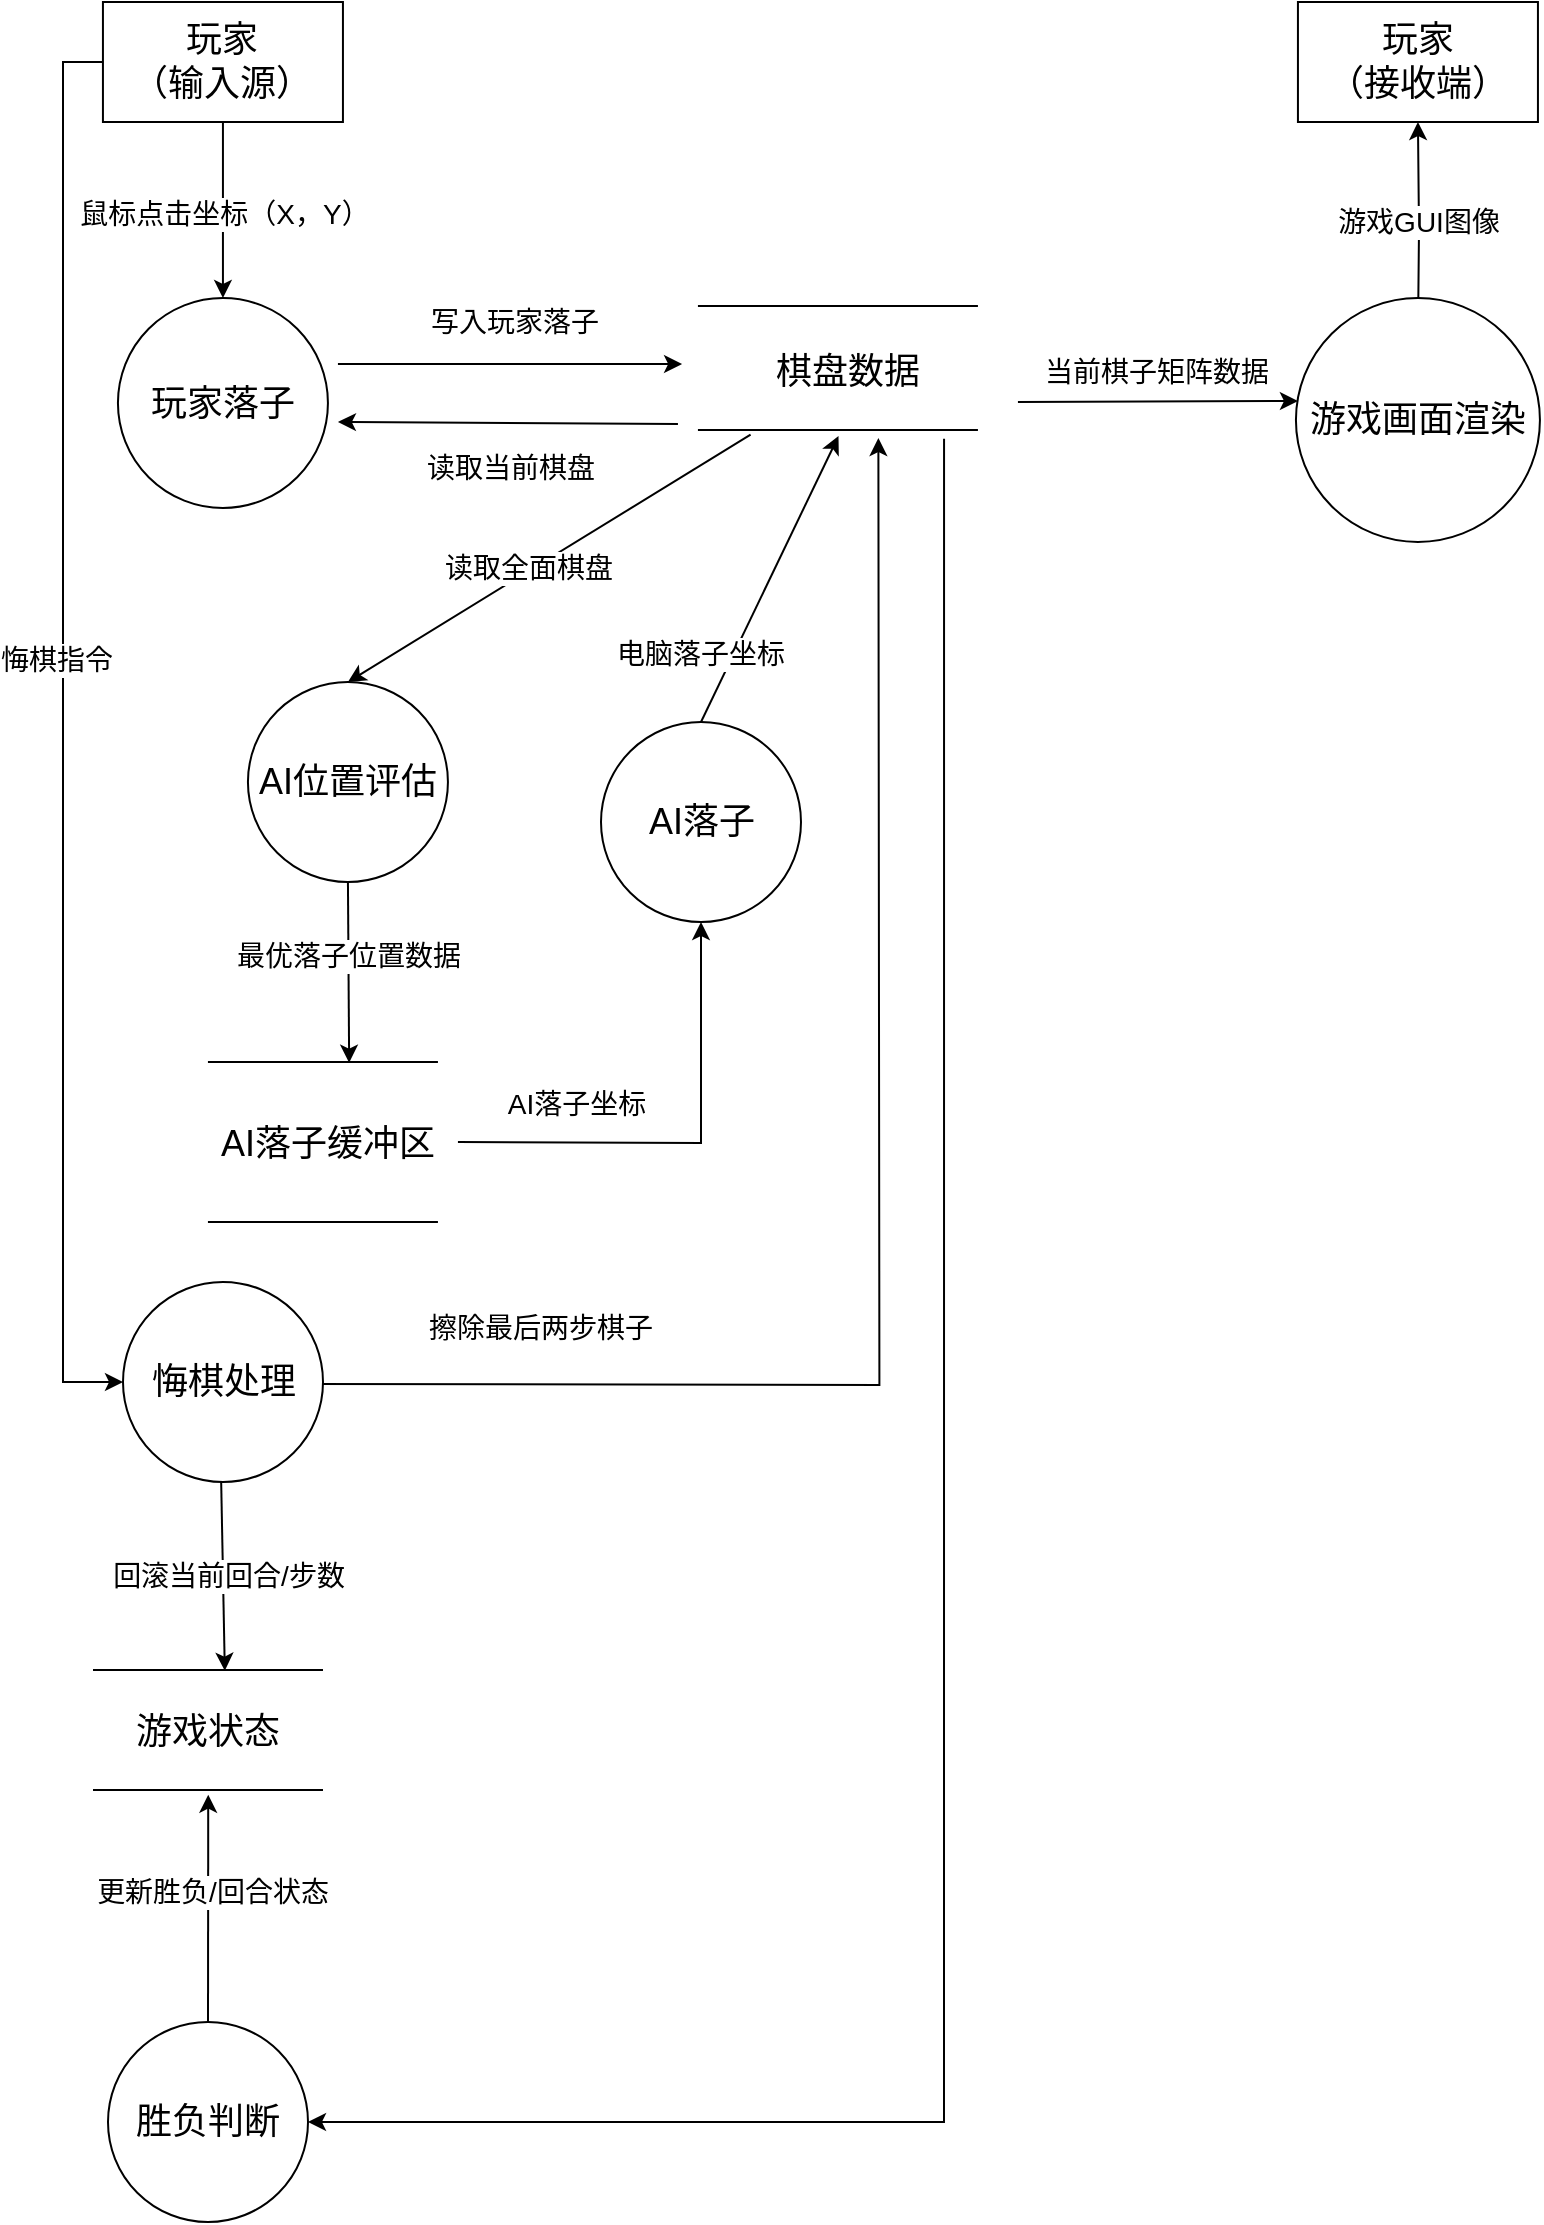
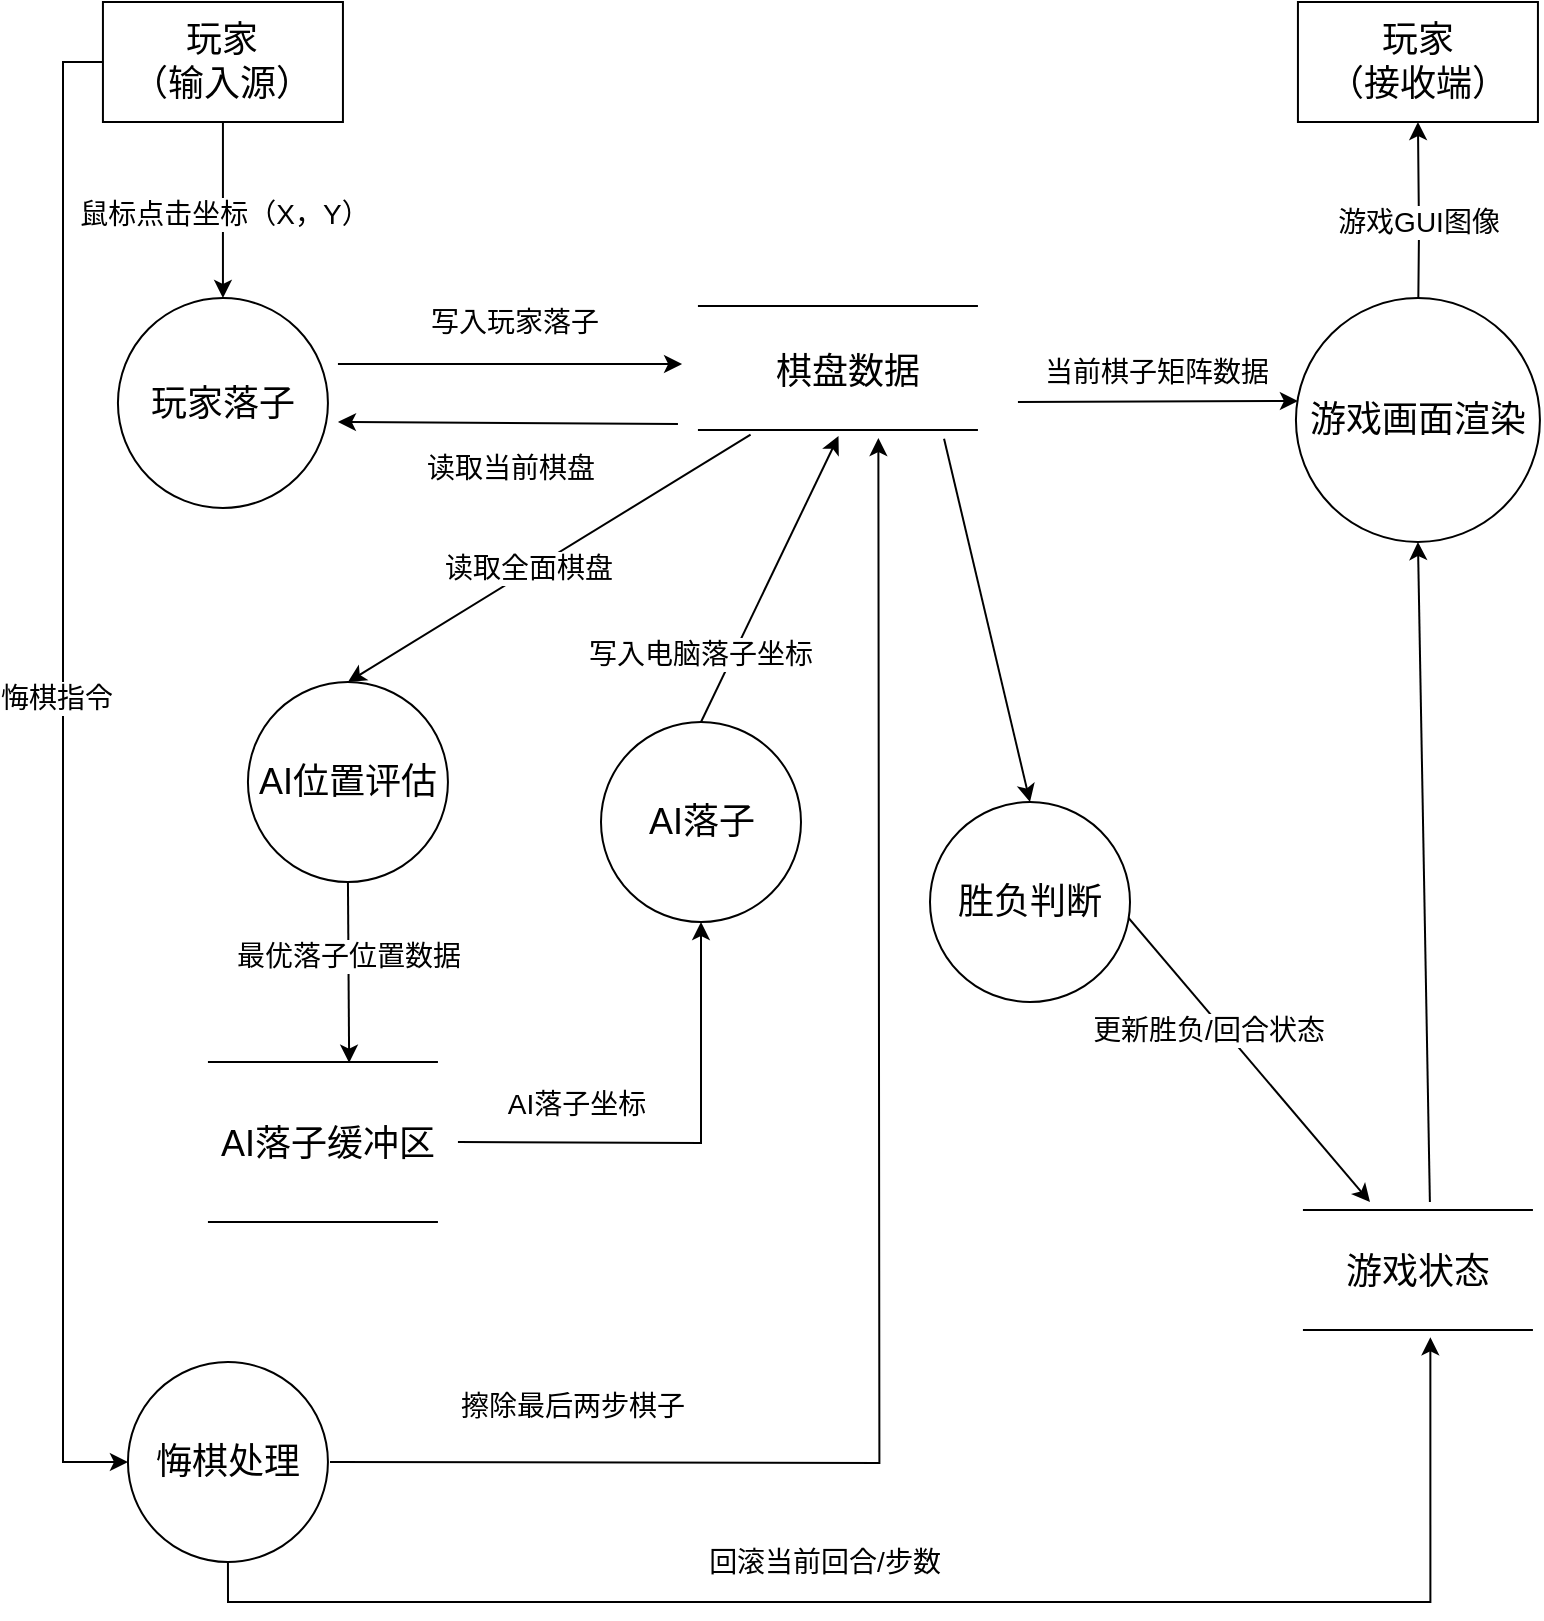
<mxfile host="app.diagrams.net">
  <diagram name="Page-1" id="hryGj0KzSXnJhMcqTr9-">
    <mxGraphModel dx="1201" dy="825" grid="1" gridSize="10" guides="1" tooltips="1" connect="1" arrows="1" fold="1" page="1" pageScale="1" pageWidth="827" pageHeight="1169" math="0" shadow="0">
      <root>
        <mxCell id="0" />
        <mxCell id="1" parent="0" />
        <mxCell id="fDHwApNMCYBN-XmplwMt-11" edge="1" parent="1" source="fDHwApNMCYBN-XmplwMt-3" style="edgeStyle=orthogonalEdgeStyle;rounded=0;orthogonalLoop=1;jettySize=auto;html=1;exitX=0.5;exitY=1;exitDx=0;exitDy=0;entryX=0.5;entryY=0;entryDx=0;entryDy=0;" target="SoA14i47H3jGXmkj97EN-22">
          <mxGeometry relative="1" as="geometry">
            <mxPoint x="93.97" y="200" as="targetPoint" />
          </mxGeometry>
        </mxCell>
        <mxCell id="fDHwApNMCYBN-XmplwMt-12" connectable="0" parent="fDHwApNMCYBN-XmplwMt-11" style="edgeLabel;html=1;align=center;verticalAlign=middle;resizable=0;points=[];" value="&lt;font style=&quot;font-size: 14px;&quot;&gt;鼠标点击坐标（X，Y）&lt;/font&gt;" vertex="1">
          <mxGeometry relative="1" x="0.0364" as="geometry">
            <mxPoint as="offset" />
          </mxGeometry>
        </mxCell>
        <mxCell id="SoA14i47H3jGXmkj97EN-53" edge="1" parent="1" source="fDHwApNMCYBN-XmplwMt-3" style="edgeStyle=orthogonalEdgeStyle;rounded=0;orthogonalLoop=1;jettySize=auto;html=1;exitX=0;exitY=0.5;exitDx=0;exitDy=0;entryX=0;entryY=0.5;entryDx=0;entryDy=0;" target="SoA14i47H3jGXmkj97EN-41">
          <mxGeometry relative="1" as="geometry" />
        </mxCell>
        <mxCell id="SoA14i47H3jGXmkj97EN-54" connectable="0" parent="SoA14i47H3jGXmkj97EN-53" style="edgeLabel;html=1;align=center;verticalAlign=middle;resizable=0;points=[];" value="&lt;font style=&quot;font-size: 14px;&quot;&gt;悔棋指令&lt;/font&gt;" vertex="1">
          <mxGeometry relative="1" x="-0.1018" y="-4" as="geometry">
            <mxPoint as="offset" />
          </mxGeometry>
        </mxCell>
        <mxCell id="fDHwApNMCYBN-XmplwMt-3" parent="1" style="rounded=0;whiteSpace=wrap;html=1;" value="&lt;font style=&quot;font-size: 18px;&quot;&gt;玩家&lt;/font&gt;&lt;div&gt;&lt;font style=&quot;font-size: 18px;&quot;&gt;（输入源）&lt;/font&gt;&lt;/div&gt;" vertex="1">
          <mxGeometry height="60" width="120" x="66.47" y="30" as="geometry" />
        </mxCell>
        <mxCell id="SoA14i47H3jGXmkj97EN-37" edge="1" parent="1" style="edgeStyle=orthogonalEdgeStyle;rounded=0;orthogonalLoop=1;jettySize=auto;html=1;exitX=0.5;exitY=0;exitDx=0;exitDy=0;entryX=0.5;entryY=1;entryDx=0;entryDy=0;" target="fDHwApNMCYBN-XmplwMt-10">
          <mxGeometry relative="1" as="geometry">
            <mxPoint x="723.97" y="198" as="sourcePoint" />
          </mxGeometry>
        </mxCell>
        <mxCell id="SoA14i47H3jGXmkj97EN-38" connectable="0" parent="SoA14i47H3jGXmkj97EN-37" style="edgeLabel;html=1;align=center;verticalAlign=middle;resizable=0;points=[];" value="&lt;font style=&quot;font-size: 14px;&quot;&gt;游戏GUI图像&lt;/font&gt;" vertex="1">
          <mxGeometry relative="1" x="0.0741" as="geometry">
            <mxPoint as="offset" />
          </mxGeometry>
        </mxCell>
        <mxCell id="fDHwApNMCYBN-XmplwMt-10" parent="1" style="rounded=0;whiteSpace=wrap;html=1;" value="&lt;span style=&quot;font-size: 18px;&quot;&gt;玩家&lt;/span&gt;&lt;div&gt;&lt;span style=&quot;font-size: 18px;&quot;&gt;（接收端）&lt;/span&gt;&lt;/div&gt;" vertex="1">
          <mxGeometry height="60" width="120" x="663.97" y="30" as="geometry" />
        </mxCell>
        <mxCell id="SoA14i47H3jGXmkj97EN-10" edge="1" parent="1" style="endArrow=classic;html=1;rounded=0;entryX=0.013;entryY=0.14;entryDx=0;entryDy=0;entryPerimeter=0;" value="">
          <mxGeometry height="50" relative="1" width="50" as="geometry">
            <mxPoint x="183.97" y="211" as="sourcePoint" />
            <mxPoint x="356.037" y="211" as="targetPoint" />
          </mxGeometry>
        </mxCell>
        <mxCell id="SoA14i47H3jGXmkj97EN-11" connectable="0" parent="SoA14i47H3jGXmkj97EN-10" style="edgeLabel;html=1;align=center;verticalAlign=middle;resizable=0;points=[];" value="&lt;font style=&quot;font-size: 14px;&quot;&gt;写入玩家落子&lt;/font&gt;" vertex="1">
          <mxGeometry relative="1" x="0.0202" y="1" as="geometry">
            <mxPoint y="-20" as="offset" />
          </mxGeometry>
        </mxCell>
        <mxCell id="SoA14i47H3jGXmkj97EN-12" edge="1" parent="1" style="endArrow=classic;html=1;rounded=0;exitX=0.925;exitY=0;exitDx=0;exitDy=0;exitPerimeter=0;" value="">
          <mxGeometry height="50" relative="1" width="50" as="geometry">
            <mxPoint x="353.96999999999997" y="241" as="sourcePoint" />
            <mxPoint x="183.97" y="240" as="targetPoint" />
          </mxGeometry>
        </mxCell>
        <mxCell id="SoA14i47H3jGXmkj97EN-13" connectable="0" parent="SoA14i47H3jGXmkj97EN-12" style="edgeLabel;html=1;align=center;verticalAlign=middle;resizable=0;points=[];" value="&lt;font style=&quot;font-size: 14px;&quot;&gt;读取当前棋盘&lt;/font&gt;&lt;div&gt;&lt;font style=&quot;font-size: 14px;&quot;&gt;&lt;br&gt;&lt;/font&gt;&lt;/div&gt;" vertex="1">
          <mxGeometry relative="1" x="0.0202" y="1" as="geometry">
            <mxPoint x="2" y="29" as="offset" />
          </mxGeometry>
        </mxCell>
        <mxCell id="SoA14i47H3jGXmkj97EN-14" edge="1" parent="1" source="SoA14i47H3jGXmkj97EN-28" style="endArrow=classic;html=1;rounded=0;exitX=0.188;exitY=0.792;exitDx=0;exitDy=0;exitPerimeter=0;entryX=0.5;entryY=0;entryDx=0;entryDy=0;" target="SoA14i47H3jGXmkj97EN-23" value="">
          <mxGeometry height="50" relative="1" width="50" as="geometry">
            <mxPoint x="368.3400000000001" y="258.00399999999996" as="sourcePoint" />
            <mxPoint x="178.5" y="370" as="targetPoint" />
          </mxGeometry>
        </mxCell>
        <mxCell id="SoA14i47H3jGXmkj97EN-15" connectable="0" parent="SoA14i47H3jGXmkj97EN-14" style="edgeLabel;html=1;align=center;verticalAlign=middle;resizable=0;points=[];" value="&lt;font style=&quot;font-size: 14px;&quot;&gt;读取全面棋盘&lt;/font&gt;" vertex="1">
          <mxGeometry relative="1" x="-0.1782" as="geometry">
            <mxPoint x="-29" y="16" as="offset" />
          </mxGeometry>
        </mxCell>
        <mxCell id="SoA14i47H3jGXmkj97EN-16" edge="1" parent="1" style="endArrow=classic;html=1;rounded=0;entryX=0.013;entryY=0.14;entryDx=0;entryDy=0;entryPerimeter=0;" value="">
          <mxGeometry height="50" relative="1" width="50" as="geometry">
            <mxPoint x="523.97" y="230" as="sourcePoint" />
            <mxPoint x="663.9670000000001" y="229.5" as="targetPoint" />
          </mxGeometry>
        </mxCell>
        <mxCell id="SoA14i47H3jGXmkj97EN-17" connectable="0" parent="SoA14i47H3jGXmkj97EN-16" style="edgeLabel;html=1;align=center;verticalAlign=middle;resizable=0;points=[];" value="&lt;span style=&quot;font-size: 14px;&quot;&gt;当前棋子矩阵数据&lt;/span&gt;" vertex="1">
          <mxGeometry relative="1" x="0.0202" y="1" as="geometry">
            <mxPoint x="-3" y="-14" as="offset" />
          </mxGeometry>
        </mxCell>
        <mxCell id="SoA14i47H3jGXmkj97EN-22" parent="1" style="ellipse;whiteSpace=wrap;html=1;aspect=fixed;" value="&lt;font style=&quot;font-size: 18px;&quot;&gt;玩家落子&lt;/font&gt;" vertex="1">
          <mxGeometry height="105" width="105" x="73.97" y="178" as="geometry" />
        </mxCell>
        <mxCell id="SoA14i47H3jGXmkj97EN-23" parent="1" style="ellipse;whiteSpace=wrap;html=1;aspect=fixed;" value="&lt;font style=&quot;font-size: 18px;&quot;&gt;AI位置评估&lt;/font&gt;" vertex="1">
          <mxGeometry height="100" width="100" x="138.97" y="370" as="geometry" />
        </mxCell>
        <mxCell id="SoA14i47H3jGXmkj97EN-24" parent="1" style="ellipse;whiteSpace=wrap;html=1;aspect=fixed;" value="&lt;font style=&quot;font-size: 18px;&quot;&gt;AI落子&lt;/font&gt;" vertex="1">
          <mxGeometry height="100" width="100" x="315.5" y="390" as="geometry" />
        </mxCell>
-         <mxCell id="SoA14i47H3jGXmkj97EN-60" edge="1" parent="1" source="SoA14i47H3jGXmkj97EN-25" style="rounded=0;orthogonalLoop=1;jettySize=auto;html=1;exitX=0.5;exitY=0;exitDx=0;exitDy=0;entryX=0.501;entryY=0.792;entryDx=0;entryDy=0;entryPerimeter=0;" target="SoA14i47H3jGXmkj97EN-50">
-           <mxGeometry relative="1" as="geometry">
-             <mxPoint x="501.5" y="930" as="targetPoint" />
+         <mxCell id="SoA14i47H3jGXmkj97EN-60" edge="1" parent="1" source="SoA14i47H3jGXmkj97EN-25" style="rounded=0;orthogonalLoop=1;jettySize=auto;html=1;exitX=0.5;exitY=0;exitDx=0;exitDy=0;">
+           <mxGeometry relative="1" as="geometry">
+             <mxPoint x="700" y="630" as="targetPoint" />
          </mxGeometry>
        </mxCell>
        <mxCell id="SoA14i47H3jGXmkj97EN-61" connectable="0" parent="SoA14i47H3jGXmkj97EN-60" style="edgeLabel;html=1;align=center;verticalAlign=middle;resizable=0;points=[];" value="&lt;font style=&quot;font-size: 14px;&quot;&gt;更新胜负/回合状态&lt;/font&gt;" vertex="1">
          <mxGeometry relative="1" x="-0.1486" y="-2" as="geometry">
-             <mxPoint y="-17" as="offset" />
+             <mxPoint x="18" y="27" as="offset" />
          </mxGeometry>
        </mxCell>
        <mxCell id="SoA14i47H3jGXmkj97EN-25" parent="1" style="ellipse;whiteSpace=wrap;html=1;aspect=fixed;" value="&lt;font style=&quot;font-size: 18px;&quot;&gt;胜负判断&lt;/font&gt;" vertex="1">
-           <mxGeometry height="100" width="100" x="68.99999999999994" y="1040" as="geometry" />
+           <mxGeometry height="100" width="100" x="479.99999999999994" y="430" as="geometry" />
        </mxCell>
        <mxCell id="SoA14i47H3jGXmkj97EN-27" parent="1" style="line;strokeWidth=1;fillColor=none;align=left;verticalAlign=middle;spacingTop=-1;spacingLeft=3;spacingRight=3;rotatable=0;labelPosition=right;points=[];portConstraint=eastwest;strokeColor=inherit;" value="" vertex="1">
          <mxGeometry height="8" width="140" x="363.96999999999997" y="178" as="geometry" />
        </mxCell>
        <mxCell id="SoA14i47H3jGXmkj97EN-28" parent="1" style="line;strokeWidth=1;fillColor=none;align=left;verticalAlign=middle;spacingTop=-1;spacingLeft=3;spacingRight=3;rotatable=0;labelPosition=right;points=[];portConstraint=eastwest;strokeColor=inherit;" value="" vertex="1">
          <mxGeometry height="8" width="140" x="363.96999999999997" y="240" as="geometry" />
        </mxCell>
        <mxCell id="SoA14i47H3jGXmkj97EN-29" parent="1" style="text;html=1;whiteSpace=wrap;strokeColor=none;fillColor=none;align=center;verticalAlign=middle;rounded=0;" value="&lt;font style=&quot;font-size: 18px;&quot;&gt;棋盘数据&lt;/font&gt;" vertex="1">
          <mxGeometry height="30" width="110" x="383.96999999999997" y="200" as="geometry" />
        </mxCell>
        <mxCell id="SoA14i47H3jGXmkj97EN-33" edge="1" parent="1" style="rounded=0;orthogonalLoop=1;jettySize=auto;html=1;entryX=0.5;entryY=1;entryDx=0;entryDy=0;edgeStyle=orthogonalEdgeStyle;" target="SoA14i47H3jGXmkj97EN-24">
          <mxGeometry relative="1" as="geometry">
            <mxPoint x="243.97" y="600" as="sourcePoint" />
          </mxGeometry>
        </mxCell>
        <mxCell id="SoA14i47H3jGXmkj97EN-34" connectable="0" parent="SoA14i47H3jGXmkj97EN-33" style="edgeLabel;html=1;align=center;verticalAlign=middle;resizable=0;points=[];" value="&lt;font style=&quot;font-size: 14px;&quot;&gt;AI落子坐标&lt;/font&gt;" vertex="1">
          <mxGeometry relative="1" x="0.0204" y="5" as="geometry">
            <mxPoint x="-60" y="-15" as="offset" />
          </mxGeometry>
        </mxCell>
        <mxCell id="SoA14i47H3jGXmkj97EN-31" edge="1" parent="1" source="SoA14i47H3jGXmkj97EN-23" style="endArrow=classic;html=1;rounded=0;entryX=0.614;entryY=0.542;entryDx=0;entryDy=0;exitX=0.5;exitY=1;exitDx=0;exitDy=0;entryPerimeter=0;" target="SoA14i47H3jGXmkj97EN-42" value="">
          <mxGeometry height="50" relative="1" width="50" as="geometry">
            <mxPoint x="451.90299999999996" y="310" as="sourcePoint" />
            <mxPoint x="88.97" y="550" as="targetPoint" />
          </mxGeometry>
        </mxCell>
        <mxCell id="SoA14i47H3jGXmkj97EN-32" connectable="0" parent="SoA14i47H3jGXmkj97EN-31" style="edgeLabel;html=1;align=center;verticalAlign=middle;resizable=0;points=[];" value="&lt;span style=&quot;font-size: 14px;&quot;&gt;最优落子位置数据&lt;/span&gt;" vertex="1">
          <mxGeometry relative="1" x="-0.1782" as="geometry">
            <mxPoint as="offset" />
          </mxGeometry>
        </mxCell>
        <mxCell id="SoA14i47H3jGXmkj97EN-35" edge="1" parent="1" source="SoA14i47H3jGXmkj97EN-24" style="rounded=0;orthogonalLoop=1;jettySize=auto;html=1;exitX=0.5;exitY=0;exitDx=0;exitDy=0;entryX=0.502;entryY=0.875;entryDx=0;entryDy=0;entryPerimeter=0;" target="SoA14i47H3jGXmkj97EN-28">
          <mxGeometry relative="1" as="geometry" />
        </mxCell>
-         <mxCell id="SoA14i47H3jGXmkj97EN-36" connectable="0" parent="SoA14i47H3jGXmkj97EN-35" style="edgeLabel;html=1;align=center;verticalAlign=middle;resizable=0;points=[];" value="&lt;span style=&quot;font-size: 14px;&quot;&gt;电脑落子坐标&lt;/span&gt;" vertex="1">
+         <mxCell id="SoA14i47H3jGXmkj97EN-36" connectable="0" parent="SoA14i47H3jGXmkj97EN-35" style="edgeLabel;html=1;align=center;verticalAlign=middle;resizable=0;points=[];" value="&lt;span style=&quot;font-size: 14px;&quot;&gt;写入电脑落子坐标&lt;/span&gt;" vertex="1">
          <mxGeometry relative="1" x="-0.0044" y="1" as="geometry">
            <mxPoint x="-34" y="37" as="offset" />
          </mxGeometry>
        </mxCell>
-         <mxCell id="SoA14i47H3jGXmkj97EN-55" edge="1" parent="1" style="edgeStyle=orthogonalEdgeStyle;rounded=0;orthogonalLoop=1;jettySize=auto;html=1;exitX=1;exitY=0.5;exitDx=0;exitDy=0;entryX=0.698;entryY=0.875;entryDx=0;entryDy=0;entryPerimeter=0;">
-           <mxGeometry relative="1" as="geometry">
-             <mxPoint x="169" y="721" as="sourcePoint" />
+         <mxCell id="SoA14i47H3jGXmkj97EN-55" edge="1" parent="1" style="edgeStyle=orthogonalEdgeStyle;rounded=0;orthogonalLoop=1;jettySize=auto;html=1;entryX=0.698;entryY=0.875;entryDx=0;entryDy=0;entryPerimeter=0;">
+           <mxGeometry relative="1" as="geometry">
+             <mxPoint x="180" y="760" as="sourcePoint" />
            <mxPoint x="454.19000000000005" y="248" as="targetPoint" />
          </mxGeometry>
        </mxCell>
        <mxCell id="SoA14i47H3jGXmkj97EN-57" connectable="0" parent="SoA14i47H3jGXmkj97EN-55" style="edgeLabel;html=1;align=center;verticalAlign=middle;resizable=0;points=[];" value="&lt;font style=&quot;font-size: 14px;&quot;&gt;擦除最后两步棋子&lt;/font&gt;" vertex="1">
          <mxGeometry relative="1" x="-0.6914" y="3" as="geometry">
            <mxPoint x="-1" y="-25" as="offset" />
          </mxGeometry>
        </mxCell>
-         <mxCell id="SoA14i47H3jGXmkj97EN-58" edge="1" parent="1" style="rounded=0;orthogonalLoop=1;jettySize=auto;html=1;exitX=0.5;exitY=1;exitDx=0;exitDy=0;entryX=0.581;entryY=0.542;entryDx=0;entryDy=0;entryPerimeter=0;">
-           <mxGeometry relative="1" as="geometry">
-             <mxPoint x="125.59" y="770" as="sourcePoint" />
-             <mxPoint x="127.40500000000006" y="864.336" as="targetPoint" />
-           </mxGeometry>
-         </mxCell>
-         <mxCell id="SoA14i47H3jGXmkj97EN-59" connectable="0" parent="SoA14i47H3jGXmkj97EN-58" style="edgeLabel;html=1;align=center;verticalAlign=middle;resizable=0;points=[];" value="&lt;font style=&quot;font-size: 14px;&quot;&gt;回滚当前回合/步数&lt;/font&gt;" vertex="1">
-           <mxGeometry relative="1" x="0.2601" y="2" as="geometry">
-             <mxPoint y="-13" as="offset" />
-           </mxGeometry>
-         </mxCell>
        <mxCell id="SoA14i47H3jGXmkj97EN-41" parent="1" style="ellipse;whiteSpace=wrap;html=1;aspect=fixed;" value="&lt;font style=&quot;font-size: 18px;&quot;&gt;悔棋处理&lt;/font&gt;" vertex="1">
-           <mxGeometry height="100" width="100" x="76.5" y="670" as="geometry" />
+           <mxGeometry height="100" width="100" x="78.97" y="710" as="geometry" />
        </mxCell>
        <mxCell id="SoA14i47H3jGXmkj97EN-42" parent="1" style="line;strokeWidth=1;fillColor=none;align=left;verticalAlign=middle;spacingTop=-1;spacingLeft=3;spacingRight=3;rotatable=0;labelPosition=right;points=[];portConstraint=eastwest;strokeColor=inherit;" value="" vertex="1">
          <mxGeometry height="8" width="115" x="118.97" y="556" as="geometry" />
        </mxCell>
        <mxCell id="SoA14i47H3jGXmkj97EN-43" parent="1" style="line;strokeWidth=1;fillColor=none;align=left;verticalAlign=middle;spacingTop=-1;spacingLeft=3;spacingRight=3;rotatable=0;labelPosition=right;points=[];portConstraint=eastwest;strokeColor=inherit;" value="" vertex="1">
          <mxGeometry height="8" width="115" x="118.97" y="636" as="geometry" />
        </mxCell>
        <mxCell id="SoA14i47H3jGXmkj97EN-44" parent="1" style="text;html=1;whiteSpace=wrap;strokeColor=none;fillColor=none;align=center;verticalAlign=middle;rounded=0;" value="&lt;span style=&quot;font-size: 18px;&quot;&gt;AI落子缓冲区&lt;/span&gt;" vertex="1">
          <mxGeometry height="30" width="110" x="123.97" y="586" as="geometry" />
        </mxCell>
        <mxCell id="SoA14i47H3jGXmkj97EN-49" parent="1" style="line;strokeWidth=1;fillColor=none;align=left;verticalAlign=middle;spacingTop=-1;spacingLeft=3;spacingRight=3;rotatable=0;labelPosition=right;points=[];portConstraint=eastwest;strokeColor=inherit;" value="" vertex="1">
-           <mxGeometry height="8" width="115" x="61.5" y="860" as="geometry" />
+           <mxGeometry height="8" width="115" x="666.47" y="630" as="geometry" />
        </mxCell>
        <mxCell id="SoA14i47H3jGXmkj97EN-50" parent="1" style="line;strokeWidth=1;fillColor=none;align=left;verticalAlign=middle;spacingTop=-1;spacingLeft=3;spacingRight=3;rotatable=0;labelPosition=right;points=[];portConstraint=eastwest;strokeColor=inherit;" value="" vertex="1">
-           <mxGeometry height="8" width="115" x="61.5" y="920" as="geometry" />
+           <mxGeometry height="8" width="115" x="666.47" y="690" as="geometry" />
        </mxCell>
        <mxCell id="SoA14i47H3jGXmkj97EN-51" parent="1" style="text;html=1;whiteSpace=wrap;strokeColor=none;fillColor=none;align=center;verticalAlign=middle;rounded=0;" value="&lt;span style=&quot;font-size: 18px;&quot;&gt;游戏状态&lt;/span&gt;" vertex="1">
-           <mxGeometry height="30" width="110" x="64" y="880" as="geometry" />
+           <mxGeometry height="30" width="110" x="668.97" y="650" as="geometry" />
        </mxCell>
        <mxCell id="SoA14i47H3jGXmkj97EN-64" parent="1" style="ellipse;whiteSpace=wrap;html=1;aspect=fixed;" value="&lt;font style=&quot;font-size: 18px;&quot;&gt;游戏画面渲染&lt;/font&gt;" vertex="1">
          <mxGeometry height="122" width="122" x="662.97" y="178" as="geometry" />
        </mxCell>
-         <mxCell id="SoA14i47H3jGXmkj97EN-65" edge="1" parent="1" source="SoA14i47H3jGXmkj97EN-28" style="endArrow=classic;html=1;rounded=0;exitX=0.879;exitY=1.042;exitDx=0;exitDy=0;exitPerimeter=0;entryX=1;entryY=0.5;entryDx=0;entryDy=0;edgeStyle=orthogonalEdgeStyle;" target="SoA14i47H3jGXmkj97EN-25" value="">
+         <mxCell id="SoA14i47H3jGXmkj97EN-65" edge="1" parent="1" source="SoA14i47H3jGXmkj97EN-28" style="endArrow=classic;html=1;rounded=0;exitX=0.879;exitY=1.042;exitDx=0;exitDy=0;exitPerimeter=0;entryX=0.5;entryY=0;entryDx=0;entryDy=0;" target="SoA14i47H3jGXmkj97EN-25" value="">
          <mxGeometry height="50" relative="1" width="50" as="geometry">
            <mxPoint x="610" y="490" as="sourcePoint" />
            <mxPoint x="560" y="540" as="targetPoint" />
+           </mxGeometry>
+         </mxCell>
+         <mxCell id="SoA14i47H3jGXmkj97EN-66" edge="1" parent="1" source="SoA14i47H3jGXmkj97EN-41" style="edgeStyle=orthogonalEdgeStyle;rounded=0;orthogonalLoop=1;jettySize=auto;html=1;exitX=0.5;exitY=1;exitDx=0;exitDy=0;entryX=0.554;entryY=0.958;entryDx=0;entryDy=0;entryPerimeter=0;" target="SoA14i47H3jGXmkj97EN-50">
+           <mxGeometry relative="1" as="geometry" />
+         </mxCell>
+         <mxCell id="SoA14i47H3jGXmkj97EN-68" connectable="0" parent="SoA14i47H3jGXmkj97EN-66" style="edgeLabel;html=1;align=center;verticalAlign=middle;resizable=0;points=[];" value="&lt;font style=&quot;font-size: 14px;&quot;&gt;回滚当前回合/步数&lt;/font&gt;" vertex="1">
+           <mxGeometry relative="1" x="-0.156" y="-3" as="geometry">
+             <mxPoint y="-23" as="offset" />
+           </mxGeometry>
+         </mxCell>
+         <mxCell id="SoA14i47H3jGXmkj97EN-67" edge="1" parent="1" source="SoA14i47H3jGXmkj97EN-49" style="endArrow=classic;html=1;rounded=0;exitX=0.552;exitY=0;exitDx=0;exitDy=0;exitPerimeter=0;entryX=0.5;entryY=1;entryDx=0;entryDy=0;" target="SoA14i47H3jGXmkj97EN-64" value="">
+           <mxGeometry height="50" relative="1" width="50" as="geometry">
+             <mxPoint x="662.97" y="450" as="sourcePoint" />
+             <mxPoint x="712.97" y="400" as="targetPoint" />
          </mxGeometry>
        </mxCell>
      </root>
    </mxGraphModel>
  </diagram>
</mxfile>
